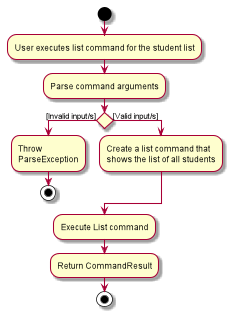
The PlantUML diagram docs/images/ListCommandActivityDiagram.png in tenebrius1/tp, before a commit. Source of this version:
```plantuml
@startuml
start
:User executes list command for the student list;
:Parse command arguments;

if () then ([Invalid input/s])
    :Throw \nParseException;
    stop
else ([Valid input/s])
    :Create a list command that\nshows the list of all students;

endif
    :Execute List command;
    :Return CommandResult;
stop
@enduml
```
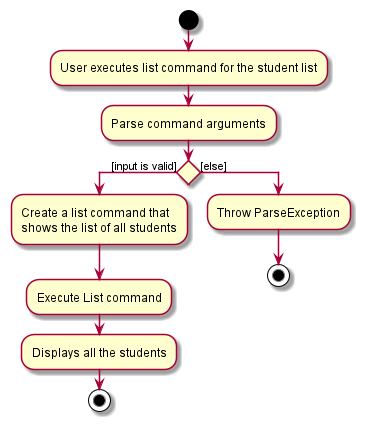
After the change.

Change to the diagram source:
```diff
@@ -3,14 +3,12 @@
 :User executes list command for the student list;
 :Parse command arguments;
 
-if () then ([Invalid input/s])
-    :Throw \nParseException;
+if () then ([input is valid])
+    :Create a list command that\nshows the list of all students;
+    :Execute List command;
+    :Displays all the students;
     stop
-else ([Valid input/s])
-    :Create a list command that\nshows the list of all students;
-
-endif
-    :Execute List command;
-    :Return CommandResult;
+else ([else])
+    :Throw ParseException;
 stop
 @enduml
```
